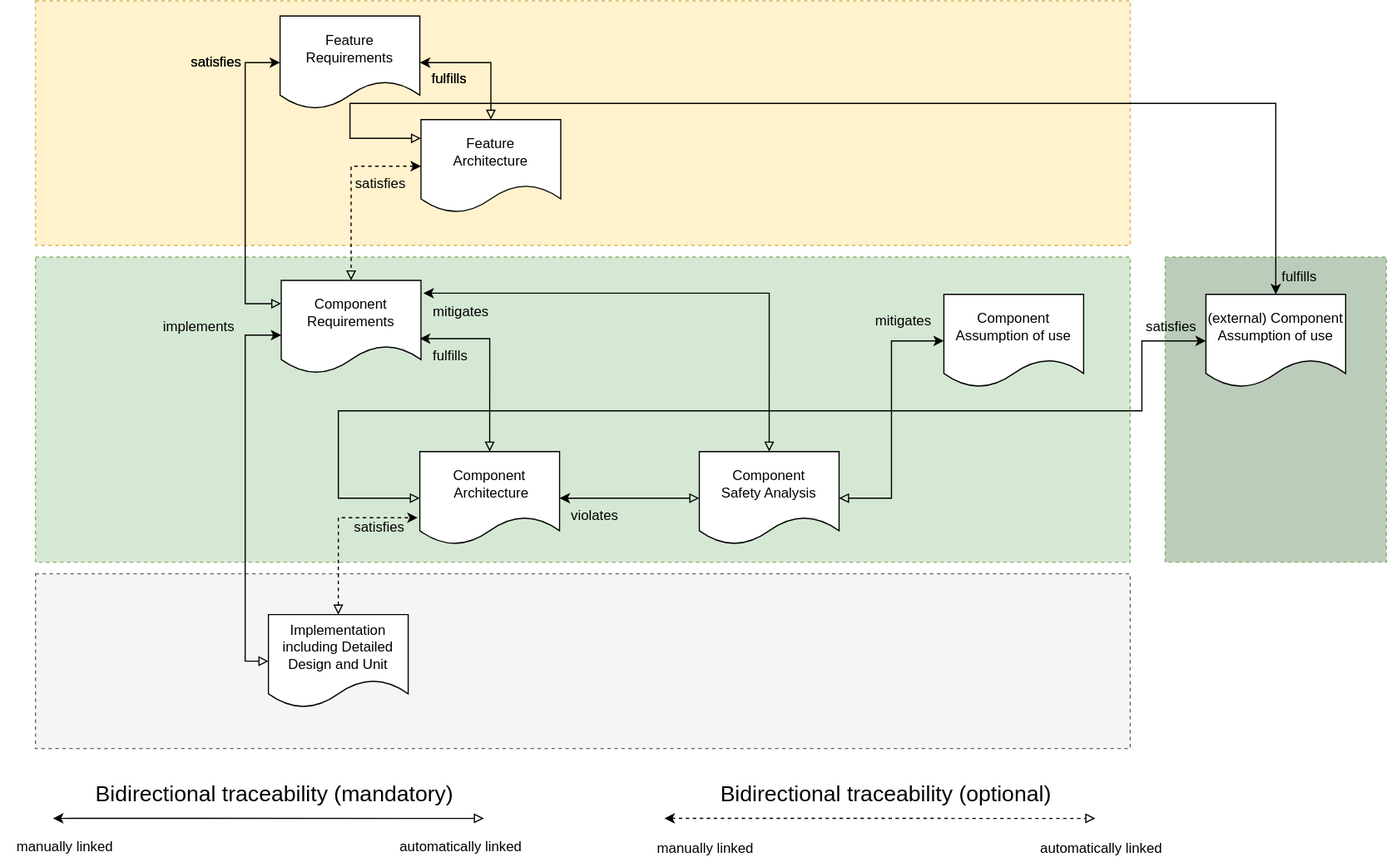
Earlier version of the draw.io export pr-141/_images/score_traceability_model_cmp_overview_1.drawio.svg (eclipse-score/process_description). Source tidied: cells renumbered, new cells last; positions are measured from the earlier drawing's top-left corner, leaving out a move shared by most shapes.
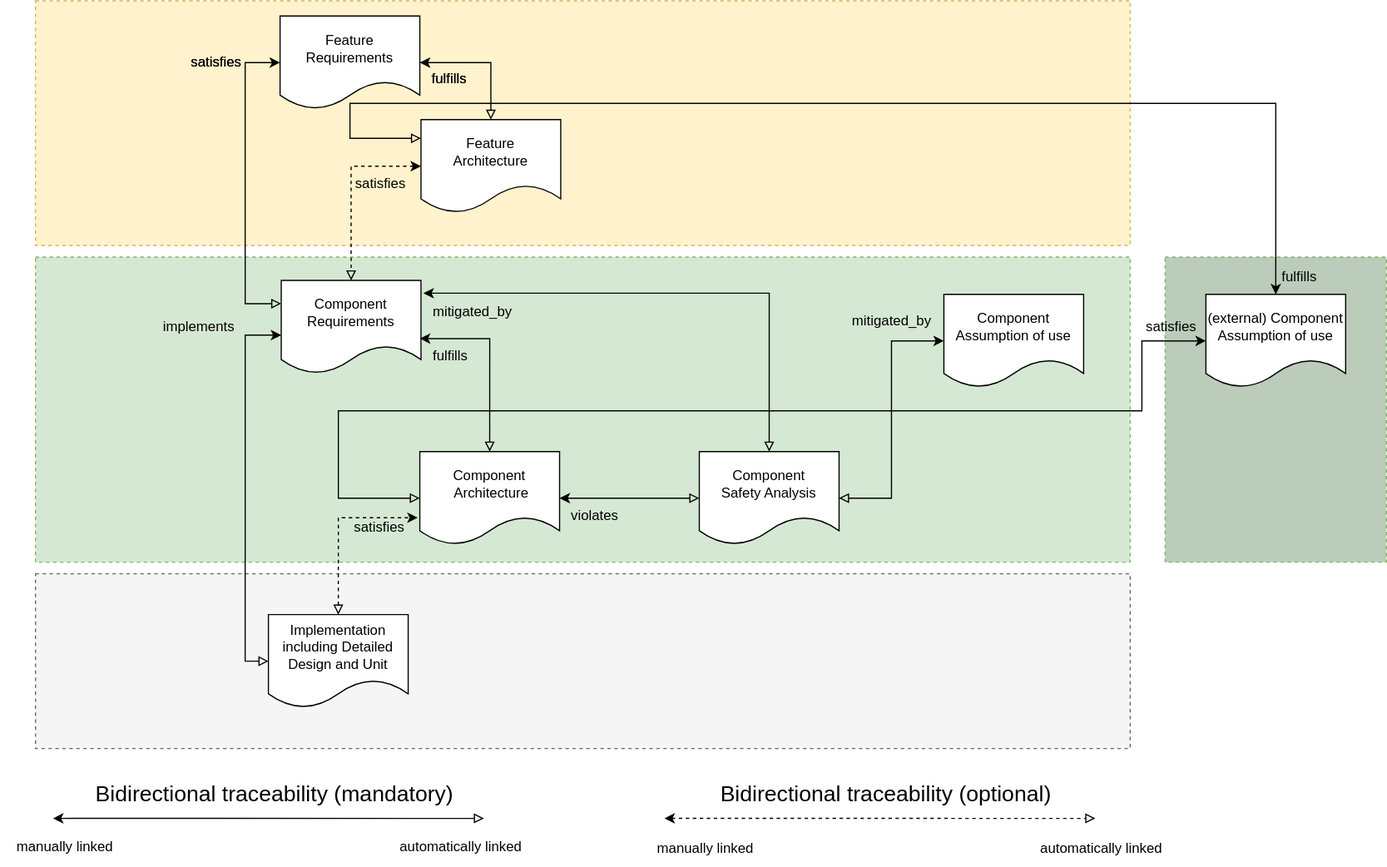
After the change.

What changed in the source:
```diff
@@ -171,8 +171,8 @@
     <mxCell id="42" value="violates" style="text;html=1;align=center;verticalAlign=middle;strokeColor=none;fillColor=none;" parent="1" vertex="1">
       <mxGeometry x="480" y="427" width="60" height="30" as="geometry" />
     </mxCell>
-    <mxCell id="43" value="mitigates" style="text;html=1;align=center;verticalAlign=middle;strokeColor=none;fillColor=none;" parent="1" vertex="1">
-      <mxGeometry x="740" y="260" width="70" height="30" as="geometry" />
+    <mxCell id="43" value="mitigated_by" style="text;html=1;align=center;verticalAlign=middle;strokeColor=none;fillColor=none;" parent="1" vertex="1">
+      <mxGeometry x="720" y="260" width="90" height="30" as="geometry" />
     </mxCell>
     <mxCell id="44" value="satisfies" style="text;html=1;align=center;verticalAlign=middle;strokeColor=none;fillColor=none;" parent="1" vertex="1">
       <mxGeometry x="150" y="38" width="70" height="30" as="geometry" />
@@ -180,8 +180,8 @@
     <mxCell id="45" value="fulfills" style="text;html=1;align=center;verticalAlign=middle;strokeColor=none;fillColor=none;" parent="1" vertex="1">
       <mxGeometry x="360" y="52" width="50" height="30" as="geometry" />
     </mxCell>
-    <mxCell id="46" value="mitigates" style="text;html=1;align=center;verticalAlign=middle;strokeColor=none;fillColor=none;" parent="1" vertex="1">
-      <mxGeometry x="360" y="252" width="70" height="30" as="geometry" />
+    <mxCell id="46" value="mitigated_by" style="text;html=1;align=center;verticalAlign=middle;strokeColor=none;fillColor=none;" parent="1" vertex="1">
+      <mxGeometry x="360" y="252" width="90" height="30" as="geometry" />
     </mxCell>
   </root>
 </mxGraphModel>
```
